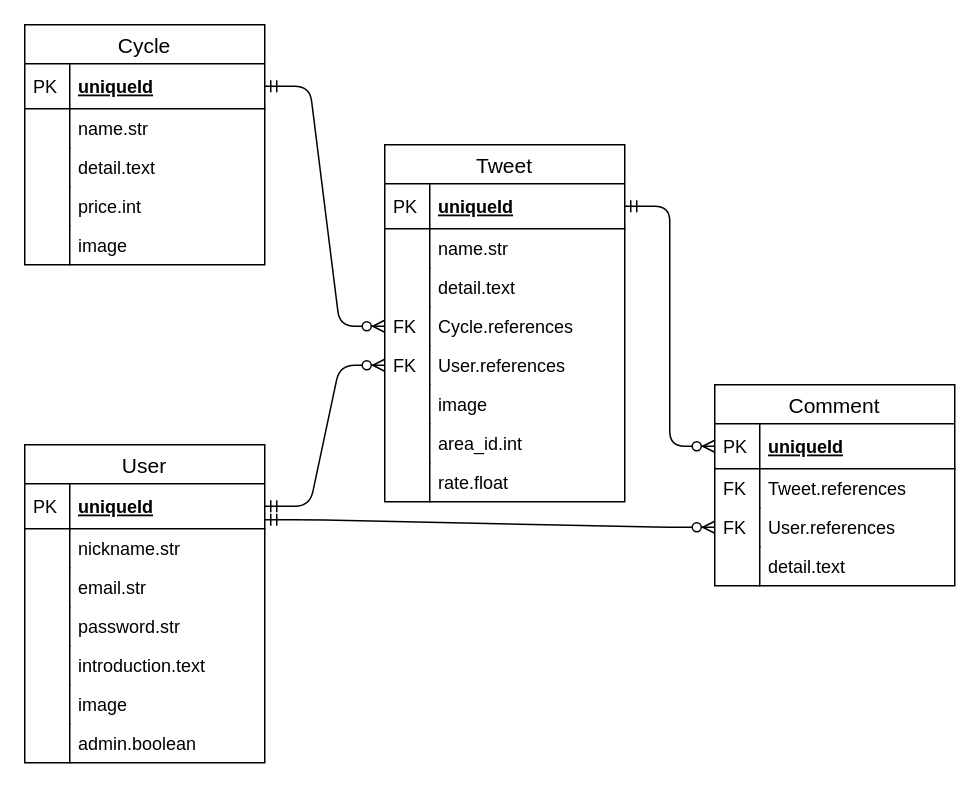
Above: er.drawio in mikujo/share-cycle (draw.io), before the change. Source tidied: cells renumbered, new cells numbered last; positions are measured from the earlier drawing's top-left corner, leaving out a move shared by most shapes. Both pictures are drawn from the tidied source at 150%, with x=0, y=0 at pixel (24, 24).
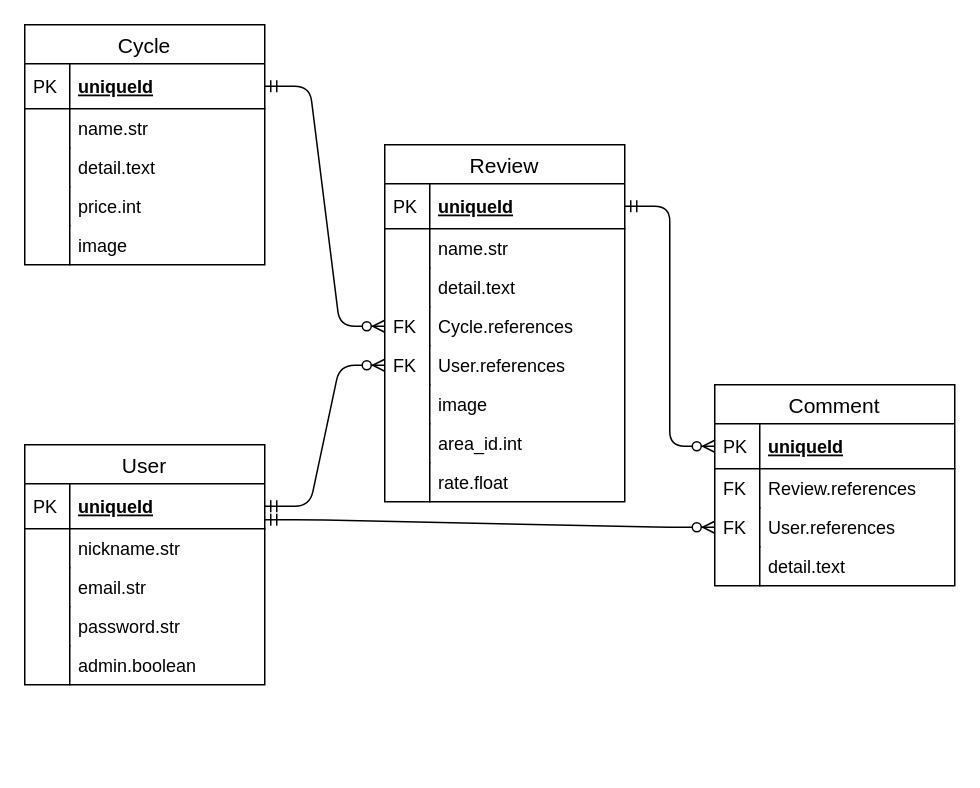
The same page after the edit.

The change refers to these unchanged cells:
```xml
<mxCell id="49" value="Comment" style="swimlane;fontStyle=0;horizontal=1;startSize=26;align=center;fontSize=14;" parent="1" vertex="1">
  <mxGeometry x="460" y="240" width="160" height="134" as="geometry" />
</mxCell>
```

What changed in the source:
```diff
@@
     <mxCell id="14" value="User" style="swimlane;fontStyle=0;horizontal=1;startSize=26;align=center;fontSize=14;" parent="1" vertex="1">
-      <mxGeometry y="280" width="160" height="212" as="geometry" />
+      <mxGeometry y="280" width="160" height="160" as="geometry" />
     </mxCell>
@@
-    <mxCell id="23" value="introduction.text" style="shape=partialRectangle;top=0;left=0;right=0;bottom=0;align=left;verticalAlign=top;fillColor=none;spacingLeft=34;spacingRight=4;overflow=hidden;fontSize=12;" parent="14" vertex="1">
-      <mxGeometry y="134" width="160" height="26" as="geometry" />
-    </mxCell>
-    <mxCell id="24" style="shape=partialRectangle;top=0;left=0;bottom=0;fillColor=none;align=left;verticalAlign=top;spacingLeft=4;spacingRight=4;overflow=hidden;fontSize=12;" parent="23" vertex="1">
-      <mxGeometry width="30" height="26" as="geometry" />
-    </mxCell>
-    <mxCell id="25" value="image" style="shape=partialRectangle;top=0;left=0;right=0;bottom=0;align=left;verticalAlign=top;fillColor=none;spacingLeft=34;spacingRight=4;overflow=hidden;fontSize=12;" parent="14" vertex="1">
-      <mxGeometry y="160" width="160" height="26" as="geometry" />
-    </mxCell>
-    <mxCell id="26" style="shape=partialRectangle;top=0;left=0;bottom=0;fillColor=none;align=left;verticalAlign=top;spacingLeft=4;spacingRight=4;overflow=hidden;fontSize=12;" parent="25" vertex="1">
-      <mxGeometry width="30" height="26" as="geometry" />
-    </mxCell>
     <mxCell id="27" value="admin.boolean" style="shape=partialRectangle;top=0;left=0;right=0;bottom=0;align=left;verticalAlign=top;fillColor=none;spacingLeft=34;spacingRight=4;overflow=hidden;fontSize=12;" parent="14" vertex="1">
-      <mxGeometry y="186" width="160" height="26" as="geometry" />
+      <mxGeometry y="134" width="160" height="26" as="geometry" />
     </mxCell>
@@
-    <mxCell id="32" value="Tweet" style="swimlane;fontStyle=0;horizontal=1;startSize=26;align=center;fontSize=14;" parent="1" vertex="1">
+    <mxCell id="32" value="Review" style="swimlane;fontStyle=0;horizontal=1;startSize=26;align=center;fontSize=14;" parent="1" vertex="1">
       <mxGeometry x="240" y="80" width="160" height="238" as="geometry" />
     </mxCell>
@@
-    <mxCell id="52" value="Tweet.references" style="shape=partialRectangle;top=0;left=0;right=0;bottom=0;align=left;verticalAlign=top;fillColor=none;spacingLeft=34;spacingRight=4;overflow=hidden;fontSize=12;" parent="49" vertex="1">
+    <mxCell id="52" value="Review.references" style="shape=partialRectangle;top=0;left=0;right=0;bottom=0;align=left;verticalAlign=top;fillColor=none;spacingLeft=34;spacingRight=4;overflow=hidden;fontSize=12;" parent="49" vertex="1">
       <mxGeometry y="56" width="160" height="26" as="geometry" />
     </mxCell>
```
